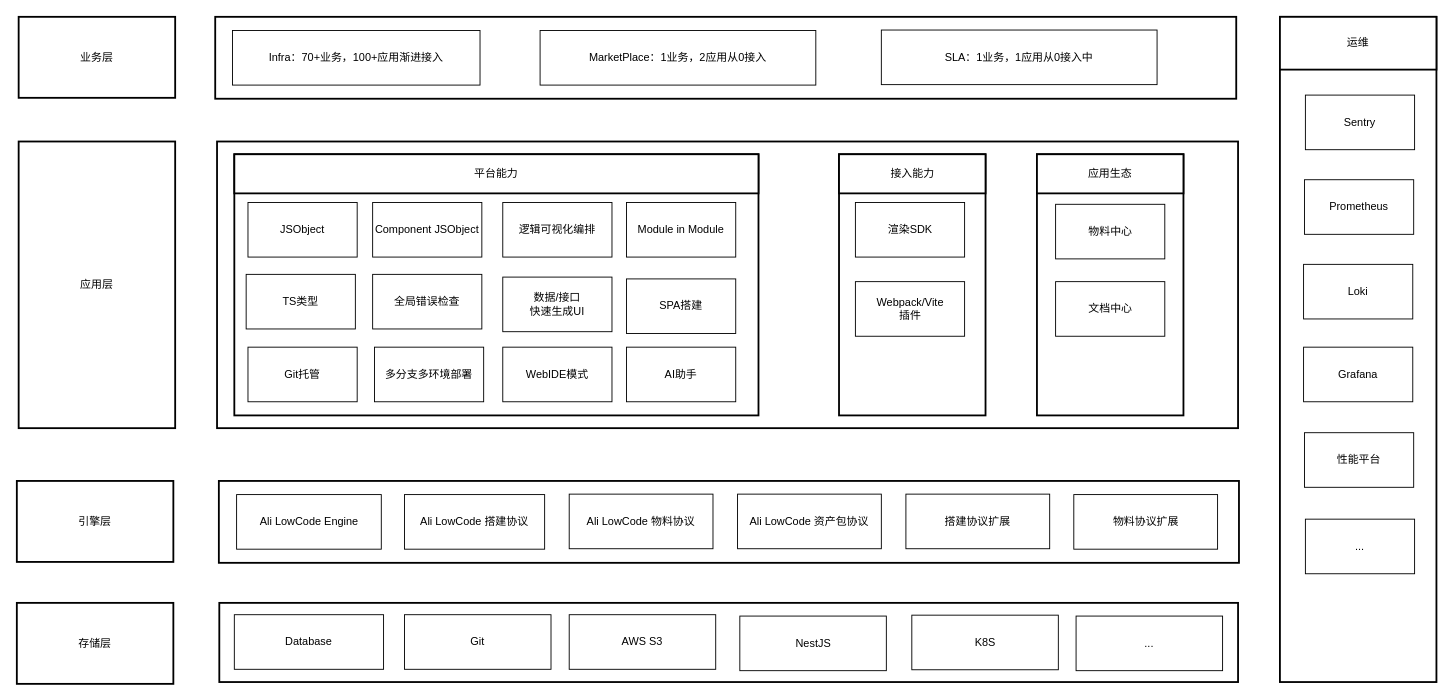
Zsynuting/diagram keeps this draw.io diagram as shopee low code platform架构图.drawio. Above is the earlier version. Source tidied: cells renumbered, new cells numbered last; positions are measured from the earlier drawing's top-left corner, leaving out a move shared by most shapes. Both pictures are drawn from the tidied source at 91%, with x=0, y=0 at pixel (16, 16).
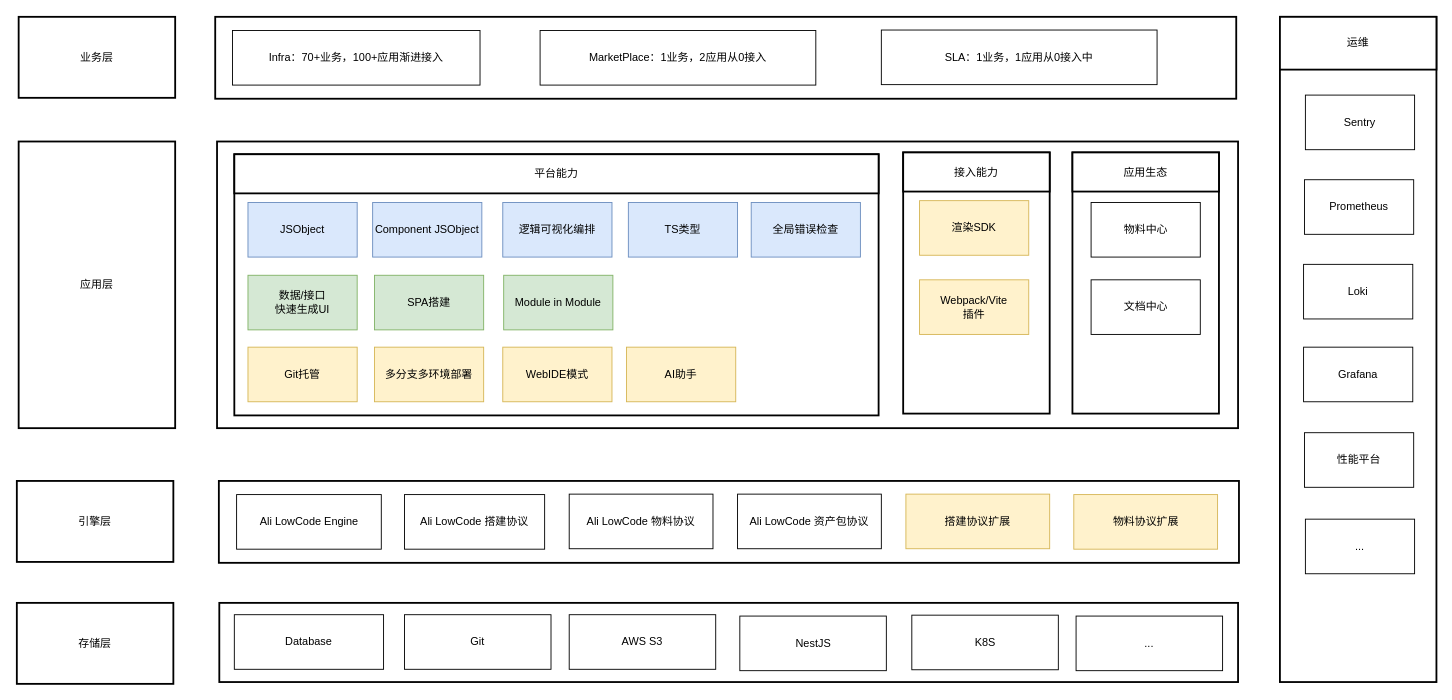
The same page after the edit.

Commit message:
更新shopee low code platform架构图.drawio

Change to the diagram source:
```diff
@@
-    <mxCell id="16" value="搭建协议扩展" style="rounded=0;whiteSpace=wrap;html=1;" parent="1" vertex="1">
+    <mxCell id="16" value="搭建协议扩展" style="rounded=0;whiteSpace=wrap;html=1;fillColor=#fff2cc;strokeColor=#d6b656;" parent="1" vertex="1">
       <mxGeometry x="977" y="524.5" width="158" height="60" as="geometry" />
     </mxCell>
-    <mxCell id="17" value="物料协议扩展" style="rounded=0;whiteSpace=wrap;html=1;" parent="1" vertex="1">
+    <mxCell id="17" value="物料协议扩展" style="rounded=0;whiteSpace=wrap;html=1;fillColor=#fff2cc;strokeColor=#d6b656;" parent="1" vertex="1">
       <mxGeometry x="1161.5" y="525" width="158" height="60" as="geometry" />
     </mxCell>
@@
     <mxCell id="20" style="rounded=0;whiteSpace=wrap;html=1;strokeWidth=2;" parent="1" vertex="1">
-      <mxGeometry x="239" y="151" width="576" height="287" as="geometry" />
+      <mxGeometry x="239" y="151" width="708" height="287" as="geometry" />
     </mxCell>
     <mxCell id="21" value="平台能力" style="rounded=0;whiteSpace=wrap;html=1;strokeWidth=2;" parent="1" vertex="1">
-      <mxGeometry x="239" y="151" width="576" height="43" as="geometry" />
+      <mxGeometry x="239" y="151" width="708" height="43" as="geometry" />
     </mxCell>
-    <mxCell id="22" value="JSObject" style="rounded=0;whiteSpace=wrap;html=1;" parent="1" vertex="1">
+    <mxCell id="22" value="JSObject" style="rounded=0;whiteSpace=wrap;html=1;fillColor=#dae8fc;strokeColor=#6c8ebf;" parent="1" vertex="1">
       <mxGeometry x="254" y="204" width="120" height="60" as="geometry" />
     </mxCell>
-    <mxCell id="23" value="Component JSObject" style="rounded=0;whiteSpace=wrap;html=1;" parent="1" vertex="1">
+    <mxCell id="23" value="Component JSObject" style="rounded=0;whiteSpace=wrap;html=1;fillColor=#dae8fc;strokeColor=#6c8ebf;" parent="1" vertex="1">
       <mxGeometry x="391" y="204" width="120" height="60" as="geometry" />
     </mxCell>
-    <mxCell id="24" value="TS类型" style="rounded=0;whiteSpace=wrap;html=1;" parent="1" vertex="1">
-      <mxGeometry x="252" y="283" width="120" height="60" as="geometry" />
+    <mxCell id="24" value="TS类型" style="rounded=0;whiteSpace=wrap;html=1;fillColor=#dae8fc;strokeColor=#6c8ebf;" parent="1" vertex="1">
+      <mxGeometry x="672" y="204" width="120" height="60" as="geometry" />
     </mxCell>
-    <mxCell id="25" value="Git托管" style="rounded=0;whiteSpace=wrap;html=1;" parent="1" vertex="1">
+    <mxCell id="25" value="Git托管" style="rounded=0;whiteSpace=wrap;html=1;fillColor=#fff2cc;strokeColor=#d6b656;" parent="1" vertex="1">
       <mxGeometry x="254" y="363" width="120" height="60" as="geometry" />
     </mxCell>
-    <mxCell id="26" value="全局错误检查" style="rounded=0;whiteSpace=wrap;html=1;" parent="1" vertex="1">
-      <mxGeometry x="391" y="283" width="120" height="60" as="geometry" />
+    <mxCell id="26" value="全局错误检查" style="rounded=0;whiteSpace=wrap;html=1;fillColor=#dae8fc;strokeColor=#6c8ebf;" parent="1" vertex="1">
+      <mxGeometry x="807" y="204" width="120" height="60" as="geometry" />
     </mxCell>
-    <mxCell id="27" value="数据/接口&lt;div&gt;快速生成UI&lt;/div&gt;" style="rounded=0;whiteSpace=wrap;html=1;" parent="1" vertex="1">
-      <mxGeometry x="534" y="286" width="120" height="60" as="geometry" />
+    <mxCell id="27" value="数据/接口&lt;div&gt;快速生成UI&lt;/div&gt;" style="rounded=0;whiteSpace=wrap;html=1;fillColor=#d5e8d4;strokeColor=#82b366;" parent="1" vertex="1">
+      <mxGeometry x="254" y="284" width="120" height="60" as="geometry" />
     </mxCell>
-    <mxCell id="28" value="多分支多环境部署" style="rounded=0;whiteSpace=wrap;html=1;" parent="1" vertex="1">
+    <mxCell id="28" value="多分支多环境部署" style="rounded=0;whiteSpace=wrap;html=1;fillColor=#fff2cc;strokeColor=#d6b656;" parent="1" vertex="1">
       <mxGeometry x="393" y="363" width="120" height="60" as="geometry" />
     </mxCell>
     <mxCell id="29" style="rounded=0;whiteSpace=wrap;html=1;strokeWidth=2;" parent="1" vertex="1">
-      <mxGeometry x="903.5" y="151" width="161" height="287" as="geometry" />
+      <mxGeometry x="974" y="149" width="161" height="287" as="geometry" />
     </mxCell>
     <mxCell id="30" value="接入能力" style="rounded=0;whiteSpace=wrap;html=1;strokeWidth=2;" parent="1" vertex="1">
-      <mxGeometry x="903.5" y="151" width="161" height="43" as="geometry" />
+      <mxGeometry x="974" y="149" width="161" height="43" as="geometry" />
     </mxCell>
-    <mxCell id="31" value="逻辑可视化编排" style="rounded=0;whiteSpace=wrap;html=1;" parent="1" vertex="1">
+    <mxCell id="31" value="逻辑可视化编排" style="rounded=0;whiteSpace=wrap;html=1;fillColor=#dae8fc;strokeColor=#6c8ebf;" parent="1" vertex="1">
       <mxGeometry x="534" y="204" width="120" height="60" as="geometry" />
     </mxCell>
-    <mxCell id="32" value="WebIDE模式" style="rounded=0;whiteSpace=wrap;html=1;" parent="1" vertex="1">
+    <mxCell id="32" value="WebIDE模式" style="rounded=0;whiteSpace=wrap;html=1;fillColor=#fff2cc;strokeColor=#d6b656;" parent="1" vertex="1">
       <mxGeometry x="534" y="363" width="120" height="60" as="geometry" />
     </mxCell>
-    <mxCell id="33" value="渲染SDK" style="rounded=0;whiteSpace=wrap;html=1;" parent="1" vertex="1">
-      <mxGeometry x="921.5" y="204" width="120" height="60" as="geometry" />
+    <mxCell id="33" value="渲染SDK" style="rounded=0;whiteSpace=wrap;html=1;fillColor=#fff2cc;strokeColor=#d6b656;" parent="1" vertex="1">
+      <mxGeometry x="992" y="202" width="120" height="60" as="geometry" />
     </mxCell>
-    <mxCell id="34" value="Webpack/Vite&lt;div&gt;插件&lt;/div&gt;" style="rounded=0;whiteSpace=wrap;html=1;" parent="1" vertex="1">
-      <mxGeometry x="921.5" y="291" width="120" height="60" as="geometry" />
+    <mxCell id="34" value="Webpack/Vite&lt;div&gt;插件&lt;/div&gt;" style="rounded=0;whiteSpace=wrap;html=1;fillColor=#fff2cc;strokeColor=#d6b656;" parent="1" vertex="1">
+      <mxGeometry x="992" y="289" width="120" height="60" as="geometry" />
     </mxCell>
-    <mxCell id="35" value="Module in Module" style="rounded=0;whiteSpace=wrap;html=1;" parent="1" vertex="1">
-      <mxGeometry x="670" y="204" width="120" height="60" as="geometry" />
+    <mxCell id="35" value="Module in Module" style="rounded=0;whiteSpace=wrap;html=1;fillColor=#d5e8d4;strokeColor=#82b366;" parent="1" vertex="1">
+      <mxGeometry x="535" y="284" width="120" height="60" as="geometry" />
     </mxCell>
-    <mxCell id="36" value="SPA搭建" style="rounded=0;whiteSpace=wrap;html=1;" parent="1" vertex="1">
-      <mxGeometry x="670" y="288" width="120" height="60" as="geometry" />
+    <mxCell id="36" value="SPA搭建" style="rounded=0;whiteSpace=wrap;html=1;fillColor=#d5e8d4;strokeColor=#82b366;" parent="1" vertex="1">
+      <mxGeometry x="393" y="284" width="120" height="60" as="geometry" />
     </mxCell>
     <mxCell id="37" style="rounded=0;whiteSpace=wrap;html=1;strokeWidth=2;" parent="1" vertex="1">
-      <mxGeometry x="1121" y="151" width="161" height="287" as="geometry" />
+      <mxGeometry x="1160" y="149" width="161" height="287" as="geometry" />
     </mxCell>
     <mxCell id="38" value="应用生态" style="rounded=0;whiteSpace=wrap;html=1;strokeWidth=2;" parent="1" vertex="1">
-      <mxGeometry x="1121" y="151" width="161" height="43" as="geometry" />
+      <mxGeometry x="1160" y="149" width="161" height="43" as="geometry" />
     </mxCell>
     <mxCell id="39" value="物料中心" style="rounded=0;whiteSpace=wrap;html=1;" parent="1" vertex="1">
-      <mxGeometry x="1141.5" y="206" width="120" height="60" as="geometry" />
+      <mxGeometry x="1180.5" y="204" width="120" height="60" as="geometry" />
     </mxCell>
     <mxCell id="40" value="文档中心" style="rounded=0;whiteSpace=wrap;html=1;" parent="1" vertex="1">
-      <mxGeometry x="1141.5" y="291" width="120" height="60" as="geometry" />
+      <mxGeometry x="1180.5" y="289" width="120" height="60" as="geometry" />
     </mxCell>
@@
-    <mxCell id="54" value="AI助手" style="rounded=0;whiteSpace=wrap;html=1;" parent="1" vertex="1">
+    <mxCell id="54" value="AI助手" style="rounded=0;whiteSpace=wrap;html=1;fillColor=#fff2cc;strokeColor=#d6b656;" parent="1" vertex="1">
       <mxGeometry x="670" y="363" width="120" height="60" as="geometry" />
     </mxCell>
```
